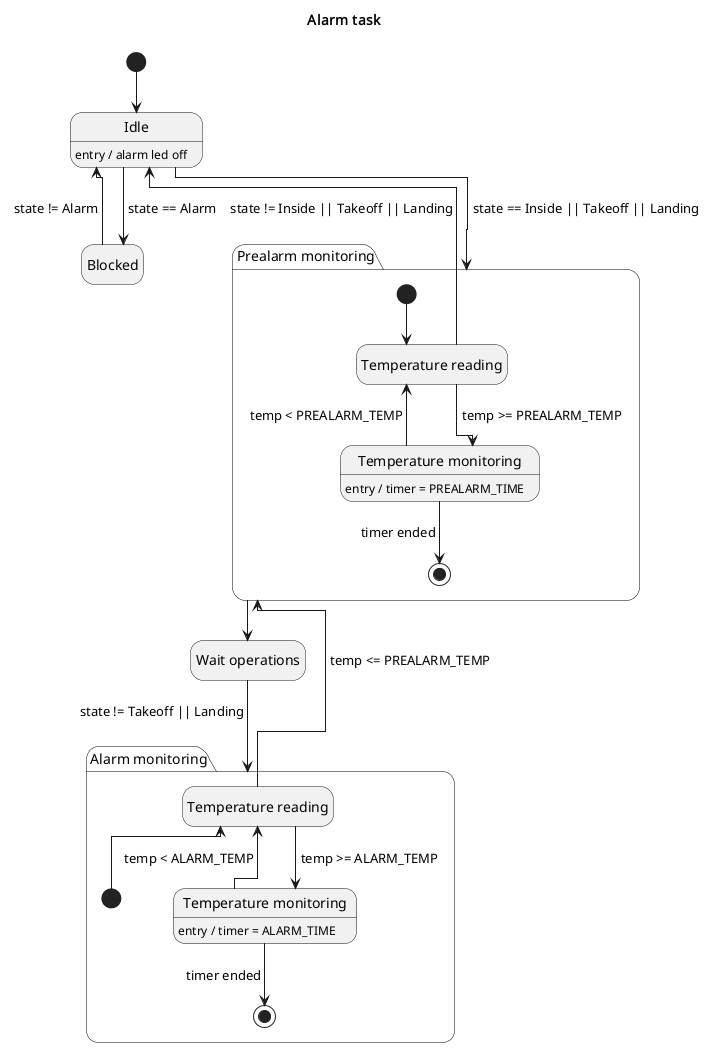
Earlier version of the PlantUML export assignments/02-sdh/docs/tasks/alarm.png (the-real-deal/unibo-iot-didospita). Its diagram source:
```plantuml
@startuml AlarmTask
!pragma layout elk
hide empty description

title "Alarm task"

state start <<start>>

state "Idle" as idle
idle : entry / alarm led off

state "Blocked" as blocked

state "Prealarm monitoring" as prealarm {
    state startPrealarm <<start>>

    state "Temperature reading" as prealarmTempReading

    state "Temperature monitoring" as prealarmTempMonitoring
    prealarmTempMonitoring : entry / timer = PREALARM_TIME

    state endPrealarm <<end>>
}

state "Wait operations" as waitOperations

state "Alarm monitoring" as alarm {
    state startAlarm <<start>>

    state "Temperature reading" as alarmTempReading

    state "Temperature monitoring" as alarmTempMonitoring
    alarmTempMonitoring : entry / timer = ALARM_TIME

    state endAlarm <<end>>
}

start -d-> idle
idle -r-> blocked : state == Alarm
blocked -l-> idle : state != Alarm
idle -d-> prealarm : state == Inside || Takeoff || Landing

startPrealarm -r-> prealarmTempReading
prealarmTempReading -r-> prealarmTempMonitoring : temp >= PREALARM_TEMP
prealarmTempReading -u-> idle : state != Inside || Takeoff || Landing
prealarmTempMonitoring -l-> prealarmTempReading : temp < PREALARM_TEMP
prealarmTempMonitoring -r-> endPrealarm : timer ended

prealarm -d-> waitOperations

waitOperations -d-> alarm : state != Takeoff || Landing

startAlarm -u-> alarmTempReading
alarmTempReading -r-> alarmTempMonitoring : temp >= ALARM_TEMP
alarmTempReading -u-> prealarm : temp <= PREALARM_TEMP
alarmTempMonitoring -l-> alarmTempReading : temp < ALARM_TEMP
alarmTempMonitoring -r-> endAlarm : timer ended

@enduml
```
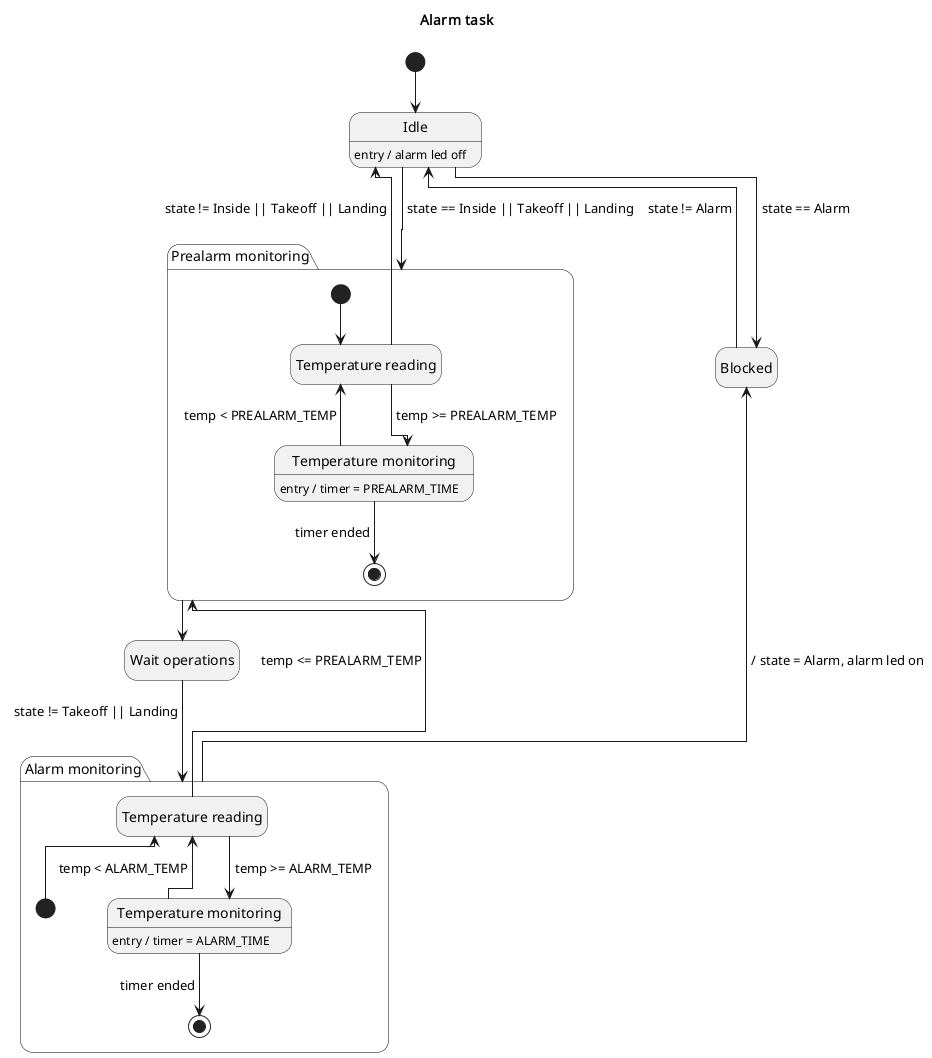
The same diagram one commit later.

Commit message:
fix(docs): add last step of alarm task diagram

The edit, as a diff of the source:
```diff
@@ -55,5 +55,6 @@
 alarmTempReading -u-> prealarm : temp <= PREALARM_TEMP
 alarmTempMonitoring -l-> alarmTempReading : temp < ALARM_TEMP
 alarmTempMonitoring -r-> endAlarm : timer ended
+alarm -u-> blocked : / state = Alarm, alarm led on
 
 @enduml
```
